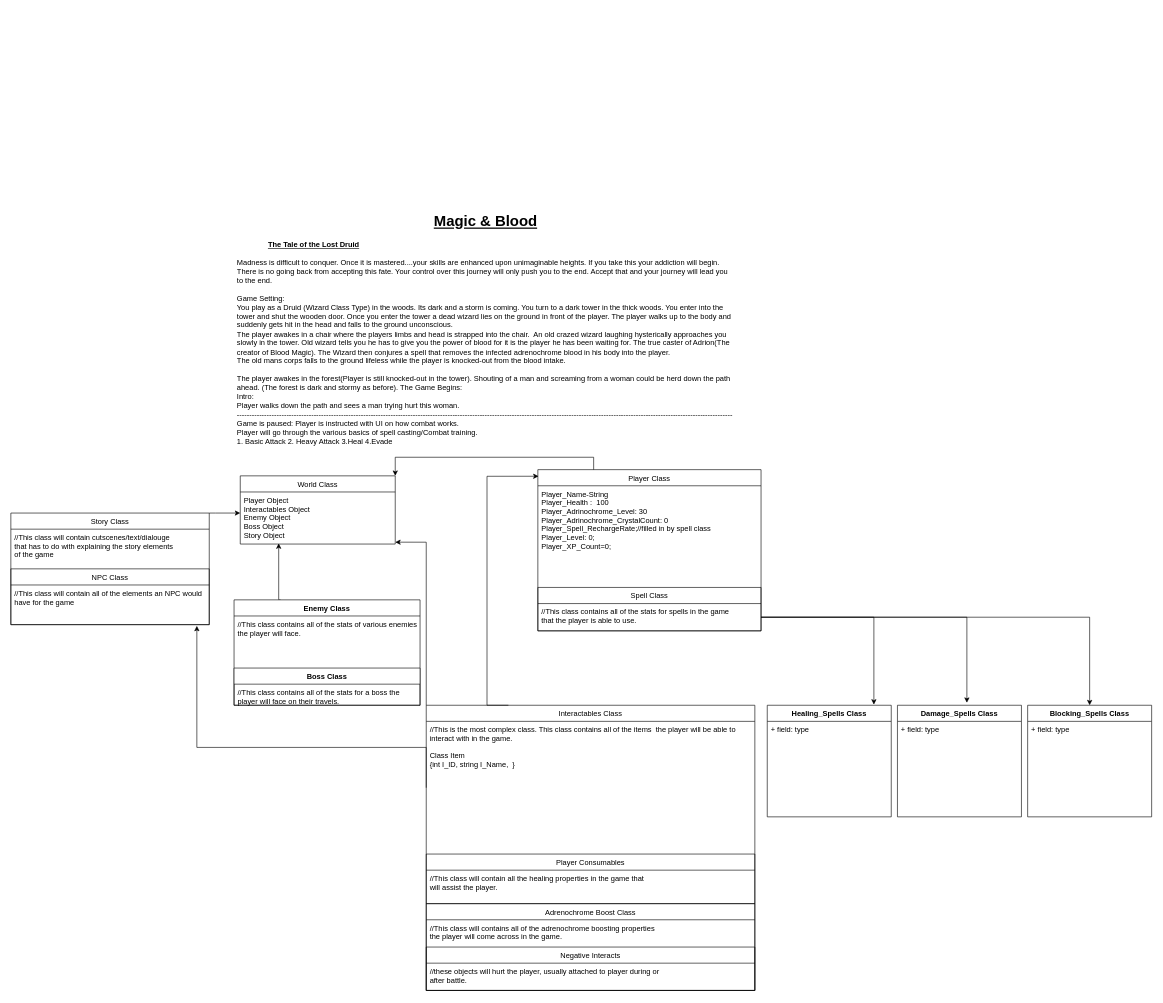
Earlier version of the draw.io diagram Untitled Diagram.drawio (MarkieMark4/Indie-Development). Source tidied: cells renumbered, new cells numbered last; positions are measured from the earlier drawing's top-left corner, leaving out a move shared by most shapes. Both pictures are drawn from the tidied source at 62%, with x=0, y=0 at pixel (11, 209).
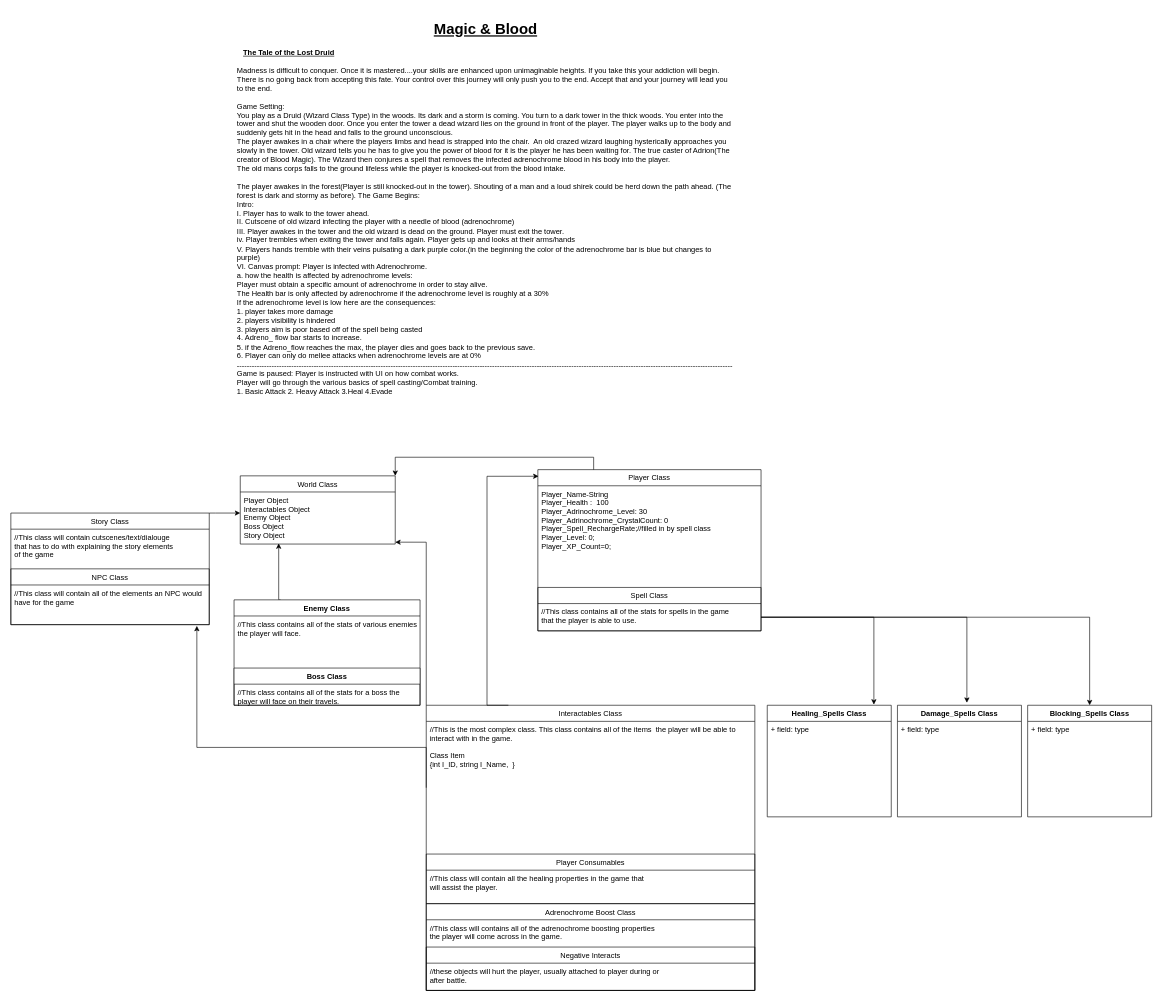
After the change.

The edit, as a diff of the source:
```diff
@@
-    <mxCell id="2" value="&lt;h1 style=&quot;text-align: center&quot;&gt;&lt;span&gt;&lt;u&gt;Magic &amp;amp; Blood&lt;/u&gt;&lt;/span&gt;&lt;/h1&gt;&lt;div&gt;&lt;span&gt;&lt;span style=&quot;white-space: pre&quot;&gt; &lt;/span&gt;&lt;span style=&quot;white-space: pre&quot;&gt; &lt;/span&gt;&lt;span style=&quot;white-space: pre&quot;&gt; &lt;/span&gt;&lt;span style=&quot;white-space: pre&quot;&gt; &lt;/span&gt;&lt;span style=&quot;white-space: pre&quot;&gt; &lt;/span&gt;&lt;span style=&quot;white-space: pre&quot;&gt; &lt;/span&gt;&lt;span style=&quot;white-space: pre&quot;&gt; &lt;/span&gt;&lt;span style=&quot;white-space: pre&quot;&gt; &lt;/span&gt;&lt;span style=&quot;white-space: pre&quot;&gt; &lt;/span&gt;&lt;span style=&quot;white-space: pre&quot;&gt; &lt;/span&gt;&lt;span style=&quot;white-space: pre&quot;&gt; &lt;/span&gt;&lt;span style=&quot;white-space: pre&quot;&gt; &lt;/span&gt;&amp;nbsp; &amp;nbsp;&lt;b&gt;&lt;u&gt;The Tale of the Lost Druid&lt;/u&gt;&lt;/b&gt;&lt;br&gt;&lt;/span&gt;&lt;/div&gt;&lt;div&gt;&lt;span&gt;&lt;br&gt;&lt;/span&gt;&lt;/div&gt;Madness is difficult to conquer. Once it is mastered....your skills are enhanced upon unimaginable heights. If you take this your addiction will begin. There is no going back from accepting this fate. Your control over this journey will only push you to the end. Accept that and your journey will lead you to the end.&lt;br&gt;&lt;br&gt;Game Setting:&lt;br&gt;You play as a Druid (Wizard Class Type) in the woods. Its dark and a storm is coming. You turn to a dark tower in the thick woods. You enter into the tower and shut the wooden door. Once you enter the tower a dead wizard lies on the ground in front of the player. The player walks up to the body and suddenly gets hit in the head and falls to the ground unconscious.&amp;nbsp;&lt;br&gt;The player awakes in a chair where the players limbs and head is strapped into the chair.&amp;nbsp; An old crazed wizard laughing hysterically approaches you slowly in the tower. Old wizard tells you he has to give you the power of blood for it is the player he has been waiting for. The true caster of Adrion(The creator of Blood Magic). The Wizard then conjures a spell that removes the infected adrenochrome blood in his body into the player.&amp;nbsp;&lt;br&gt;The old mans corps falls to the ground lifeless while the player is knocked-out from the blood intake.&lt;br&gt;&lt;br&gt;The player awakes in the forest(Player is still knocked-out in the tower). Shouting of a man and screaming from a woman could be herd down the path ahead. (The forest is dark and stormy as before). The Game Begins:&lt;br&gt;Intro:&lt;br&gt;Player walks down the path and sees a man trying hurt this woman.&lt;br&gt;--------------------------------------------------------------------------------------------------------------------------------------------------------------------------------------------------------&lt;br&gt;Game is paused: Player is instructed with UI on how combat works.&lt;br&gt;Player will go through the various basics of spell casting/Combat training.&amp;nbsp;&lt;br&gt;1. Basic Attack&lt;span style=&quot;white-space: pre&quot;&gt; &lt;/span&gt;2. Heavy Attack&lt;span style=&quot;white-space: pre&quot;&gt; &lt;/span&gt;3.Heal&lt;span style=&quot;white-space: pre&quot;&gt; &lt;/span&gt;4.Evade&lt;br&gt;&lt;br&gt;" style="text;html=1;strokeColor=none;fillColor=none;spacing=5;spacingTop=-20;whiteSpace=wrap;overflow=hidden;rounded=0;" parent="1" vertex="1">
-      <mxGeometry x="360" width="810" height="390" as="geometry" />
+    <mxCell id="2" value="&lt;h1 style=&quot;text-align: center&quot;&gt;&lt;span&gt;&lt;u&gt;Magic &amp;amp; Blood&lt;/u&gt;&lt;/span&gt;&lt;/h1&gt;&lt;div&gt;&lt;span&gt;&lt;span&gt; &lt;/span&gt;&lt;span&gt; &lt;/span&gt;&lt;span&gt; &lt;/span&gt;&lt;span&gt; &lt;/span&gt;&lt;span&gt; &lt;/span&gt;&lt;span&gt; &lt;/span&gt;&lt;span&gt; &lt;/span&gt;&lt;span&gt; &lt;/span&gt;&lt;span&gt; &lt;/span&gt;&lt;span&gt; &lt;/span&gt;&lt;span&gt; &lt;/span&gt;&lt;span&gt; &lt;/span&gt;&amp;nbsp; &amp;nbsp;&lt;b&gt;&lt;u&gt;The Tale of the Lost Druid&lt;/u&gt;&lt;/b&gt;&lt;br&gt;&lt;/span&gt;&lt;/div&gt;&lt;div&gt;&lt;span&gt;&lt;br&gt;&lt;/span&gt;&lt;/div&gt;Madness is difficult to conquer. Once it is mastered....your skills are enhanced upon unimaginable heights. If you take this your addiction will begin. There is no going back from accepting this fate. Your control over this journey will only push you to the end. Accept that and your journey will lead you to the end.&lt;br&gt;&lt;br&gt;Game Setting:&lt;br&gt;You play as a Druid (Wizard Class Type) in the woods. Its dark and a storm is coming. You turn to a dark tower in the thick woods. You enter into the tower and shut the wooden door. Once you enter the tower a dead wizard lies on the ground in front of the player. The player walks up to the body and suddenly gets hit in the head and falls to the ground unconscious.&amp;nbsp;&lt;br&gt;The player awakes in a chair where the players limbs and head is strapped into the chair.&amp;nbsp; An old crazed wizard laughing hysterically approaches you slowly in the tower. Old wizard tells you he has to give you the power of blood for it is the player he has been waiting for. The true caster of Adrion(The creator of Blood Magic). The Wizard then conjures a spell that removes the infected adrenochrome blood in his body into the player.&amp;nbsp;&lt;br&gt;The old mans corps falls to the ground lifeless while the player is knocked-out from the blood intake.&lt;br&gt;&lt;br&gt;The player awakes in the forest(Player is still knocked-out in the tower). Shouting of a man and a loud shirek could be herd down the path ahead. (The forest is dark and stormy as before). The Game Begins:&lt;br&gt;Intro: &lt;br&gt;I. Player has to walk to the tower ahead.&lt;br&gt;II. Cutscene of old wizard infecting the player with a needle of blood (adrenochrome)&lt;br&gt;III. Player awakes in the tower and the old wizard is dead on the ground. Player must exit the tower.&lt;br&gt;iv. Player trembles when exiting the tower and falls again. Player gets up and looks at their arms/hands&lt;br&gt;V. Players hands tremble with their veins pulsating a dark purple color.(in the beginning the color of the adrenochrome bar is blue but changes to purple)&amp;nbsp;&lt;br&gt;VI. Canvas prompt: Player is infected with Adrenochrome.&amp;nbsp;&lt;br&gt;a. how the health is affected by adrenochrome levels:&amp;nbsp;&lt;br&gt;Player must obtain a specific amount of adrenochrome in order to stay alive.&amp;nbsp;&lt;br&gt;The Health bar is only affected by adrenochrome if the adrenochrome level is roughly at a 30%&lt;br&gt;If the adrenochrome level is low here are the consequences:&lt;br&gt;1. player takes more damage&lt;br&gt;2. players visibility is hindered&lt;br&gt;3. players aim is poor based off of the spell being casted&lt;br&gt;4. Adreno_ flow bar starts to increase.&amp;nbsp;&lt;br&gt;5. if the Adreno_flow reaches the max, the player dies and goes back to the previous save.&lt;br&gt;6. Player can only do mellee attacks when adrenochrome levels are at 0%&lt;br&gt;--------------------------------------------------------------------------------------------------------------------------------------------------------------------------------------------------------&lt;br&gt;Game is paused: Player is instructed with UI on how combat works.&lt;br&gt;Player will go through the various basics of spell casting/Combat training.&amp;nbsp;&lt;br&gt;1. Basic Attack&lt;span&gt; &lt;/span&gt;2. Heavy Attack&lt;span&gt; &lt;/span&gt;3.Heal&lt;span&gt; &lt;/span&gt;4.Evade" style="text;html=1;strokeColor=none;fillColor=none;spacing=5;spacingTop=-20;whiteSpace=wrap;overflow=hidden;rounded=0;" parent="1" vertex="1">
+      <mxGeometry x="360" y="-310" width="810" height="700" as="geometry" />
     </mxCell>
```
